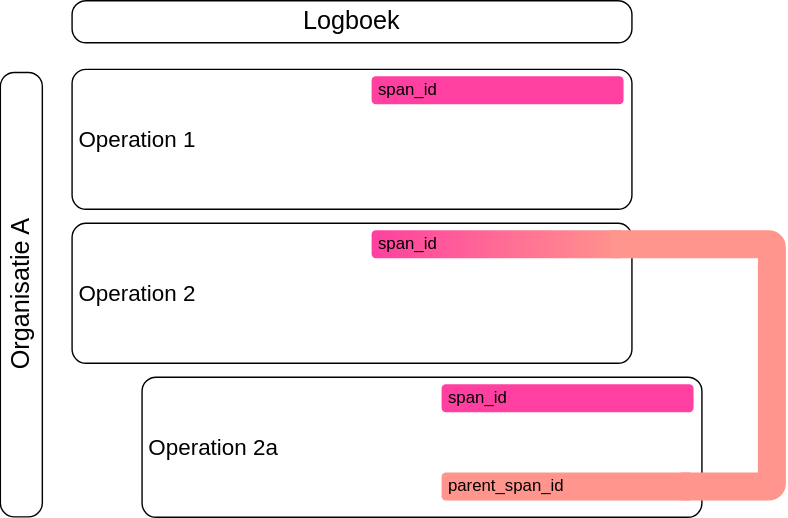
Above: media/relatie_logboekelementen_afbeelding9.svg in Logius-standaarden/logboek-dataverwerkingen-inleiding (draw.io), before the change. Source tidied: cells renumbered, new cells last; positions are measured from the earlier drawing's top-left corner, leaving out a move shared by most shapes.
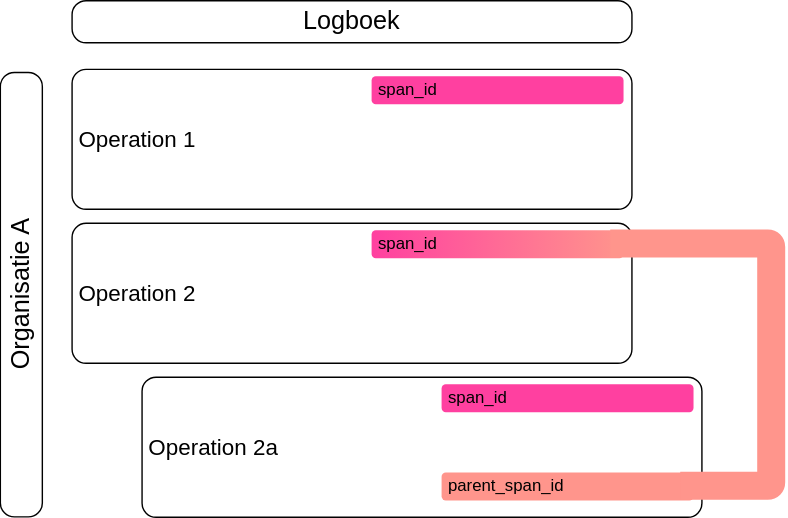
After the commit.

The edit, as a diff of the source:
```diff
@@ -1,29 +1,29 @@
-<mxGraphModel>
+<mxGraphModel background="#ffffff">
   <root>
     <mxCell id="0" />
     <mxCell id="1" parent="0" />
-    <mxCell id="2" value="Operation 2" style="rounded=1;whiteSpace=wrap;html=1;align=left;fontSize=16;spacing=5;absoluteArcSize=1;" parent="1" vertex="1">
+    <mxCell id="2" value="Operation 2" style="rounded=1;whiteSpace=wrap;html=1;align=left;fontSize=16;spacing=5;absoluteArcSize=1;fillColor=none;" parent="1" vertex="1">
       <mxGeometry x="195" y="159" width="400" height="100" as="geometry" />
     </mxCell>
-    <mxCell id="3" value="Operation 1" style="rounded=1;whiteSpace=wrap;html=1;align=left;fontSize=16;spacing=5;absoluteArcSize=1;" parent="1" vertex="1">
+    <mxCell id="3" value="Operation 1" style="rounded=1;whiteSpace=wrap;html=1;align=left;fontSize=16;spacing=5;absoluteArcSize=1;fillColor=none;" parent="1" vertex="1">
       <mxGeometry x="195" y="49" width="400" height="100" as="geometry" />
     </mxCell>
-    <mxCell id="4" value="Operation 2a" style="rounded=1;whiteSpace=wrap;html=1;align=left;fontSize=16;spacing=5;absoluteArcSize=1;" parent="1" vertex="1">
+    <mxCell id="4" value="Operation 2a" style="rounded=1;whiteSpace=wrap;html=1;align=left;fontSize=16;spacing=5;absoluteArcSize=1;fillColor=none;" parent="1" vertex="1">
       <mxGeometry x="245" y="269" width="400" height="100" as="geometry" />
     </mxCell>
-    <mxCell id="5" value="span_id" style="rounded=1;whiteSpace=wrap;html=1;strokeColor=none;fillColor=light-dark(#ff40a0, #22a20b);align=left;spacing=5;" parent="1" vertex="1">
+    <mxCell id="5" value="span_id" style="rounded=1;whiteSpace=wrap;html=1;strokeColor=none;fillColor=light-dark(#FF40A0,#FF40A0);align=left;spacing=5;" parent="1" vertex="1">
       <mxGeometry x="409" y="54" width="180" height="20" as="geometry" />
     </mxCell>
-    <mxCell id="6" value="span_id" style="rounded=1;whiteSpace=wrap;html=1;strokeColor=none;fillColor=light-dark(#ff40a0, #22a20b);points=[[0,0,0,0,0],[0,0.25,0,0,0],[0,0.75,0,0,0],[0,1,0,0,0],[0.05,0.5,0,0,0],[0.25,0,0,0,0],[0.25,1,0,0,0],[0.5,0,0,0,0],[0.5,1,0,0,0],[0.75,0,0,0,0],[0.75,1,0,0,0],[0.95,0.5,0,0,0],[1,0,0,0,0],[1,0.25,0,0,0],[1,0.75,0,0,0],[1,1,0,0,0]];align=left;spacing=5;gradientColor=#FF958C;gradientDirection=east;" parent="1" vertex="1">
+    <mxCell id="6" value="span_id" style="rounded=1;whiteSpace=wrap;html=1;strokeColor=none;fillColor=light-dark(#FF40A0,#FF40A0);points=[[0,0,0,0,0],[0,0.25,0,0,0],[0,0.75,0,0,0],[0,1,0,0,0],[0.05,0.5,0,0,0],[0.25,0,0,0,0],[0.25,1,0,0,0],[0.5,0,0,0,0],[0.5,1,0,0,0],[0.75,0,0,0,0],[0.75,1,0,0,0],[0.95,0.5,0,0,0],[1,0,0,0,0],[1,0.25,0,0,0],[1,0.75,0,0,0],[1,1,0,0,0]];align=left;spacing=5;gradientColor=light-dark(#FF958C,#FF958C);gradientDirection=east;" parent="1" vertex="1">
       <mxGeometry x="409" y="164" width="180" height="20" as="geometry" />
     </mxCell>
-    <mxCell id="7" value="span_id" style="rounded=1;whiteSpace=wrap;html=1;strokeColor=none;fillColor=light-dark(#ff40a0, #22a20b);align=left;spacing=5;" parent="1" vertex="1">
+    <mxCell id="7" value="span_id" style="rounded=1;whiteSpace=wrap;html=1;strokeColor=none;fillColor=light-dark(#FF40A0,#FF40A0);align=left;spacing=5;" parent="1" vertex="1">
       <mxGeometry x="459" y="274" width="180" height="20" as="geometry" />
     </mxCell>
-    <mxCell id="8" value="parent_span_id" style="rounded=1;whiteSpace=wrap;html=1;strokeColor=none;fillColor=#FF958C;points=[[0,0,0,0,0],[0,0.25,0,0,0],[0,0.75,0,0,0],[0,1,0,0,0],[0.05,0.5,0,0,0],[0.25,0,0,0,0],[0.25,1,0,0,0],[0.5,0,0,0,0],[0.5,1,0,0,0],[0.75,0,0,0,0],[0.75,1,0,0,0],[0.95,0.5,0,0,0],[1,0,0,0,0],[1,0.25,0,0,0],[1,0.75,0,0,0],[1,1,0,0,0]];align=left;spacing=5;gradientColor=none;gradientDirection=east;" parent="1" vertex="1">
+    <mxCell id="8" value="parent_span_id" style="rounded=1;whiteSpace=wrap;html=1;strokeColor=none;fillColor=light-dark(#FF958C,#FF958C);points=[[0,0,0,0,0],[0,0.25,0,0,0],[0,0.75,0,0,0],[0,1,0,0,0],[0.05,0.5,0,0,0],[0.25,0,0,0,0],[0.25,1,0,0,0],[0.5,0,0,0,0],[0.5,1,0,0,0],[0.75,0,0,0,0],[0.75,1,0,0,0],[0.95,0.5,0,0,0],[1,0,0,0,0],[1,0.25,0,0,0],[1,0.75,0,0,0],[1,1,0,0,0]];align=left;spacing=5;gradientColor=none;gradientDirection=east;" parent="1" vertex="1">
       <mxGeometry x="459" y="337" width="180" height="20" as="geometry" />
     </mxCell>
-    <mxCell id="9" style="edgeStyle=orthogonalEdgeStyle;rounded=1;jettySize=auto;html=1;entryX=0.95;entryY=0.5;entryDx=0;entryDy=0;entryPerimeter=0;endArrow=none;startFill=0;strokeWidth=20;exitX=0.95;exitY=0.5;exitDx=0;exitDy=0;exitPerimeter=0;strokeColor=#FF958C;curved=0;arcSize=5;" parent="1" edge="1" source="6" target="8">
+    <mxCell id="9" style="edgeStyle=orthogonalEdgeStyle;rounded=1;jettySize=auto;html=1;entryX=0.95;entryY=0.5;entryDx=0;entryDy=0;entryPerimeter=0;endArrow=none;startFill=0;strokeWidth=20;exitX=0.95;exitY=0.5;exitDx=0;exitDy=0;exitPerimeter=0;strokeColor=light-dark(#FF958C,#FF958C);curved=0;arcSize=5;" parent="1" edge="1" source="6" target="8">
       <mxGeometry relative="1" as="geometry">
         <Array as="points">
           <mxPoint x="695" y="174" />
```
